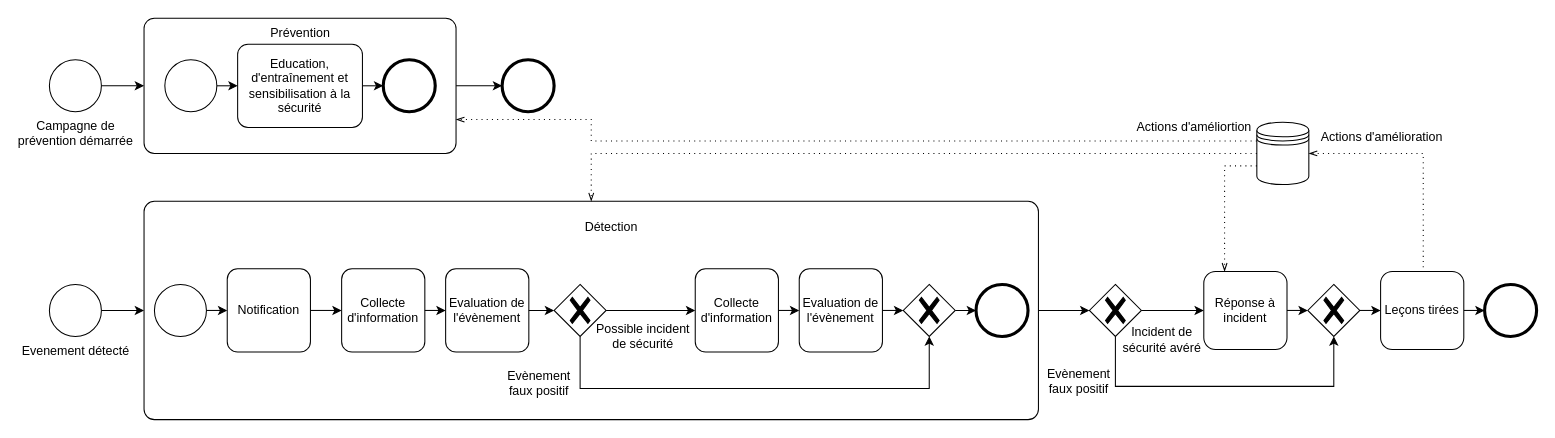
Earlier version of the draw.io diagram standards/ISO27035.drawio (netmme/cyber-diagramme-d-activites). Source tidied: cells renumbered, new cells numbered last; positions are measured from the earlier drawing's top-left corner, leaving out a move shared by most shapes. Both pictures are drawn from the tidied source at 104%, with x=0, y=0 at pixel (49, 18).
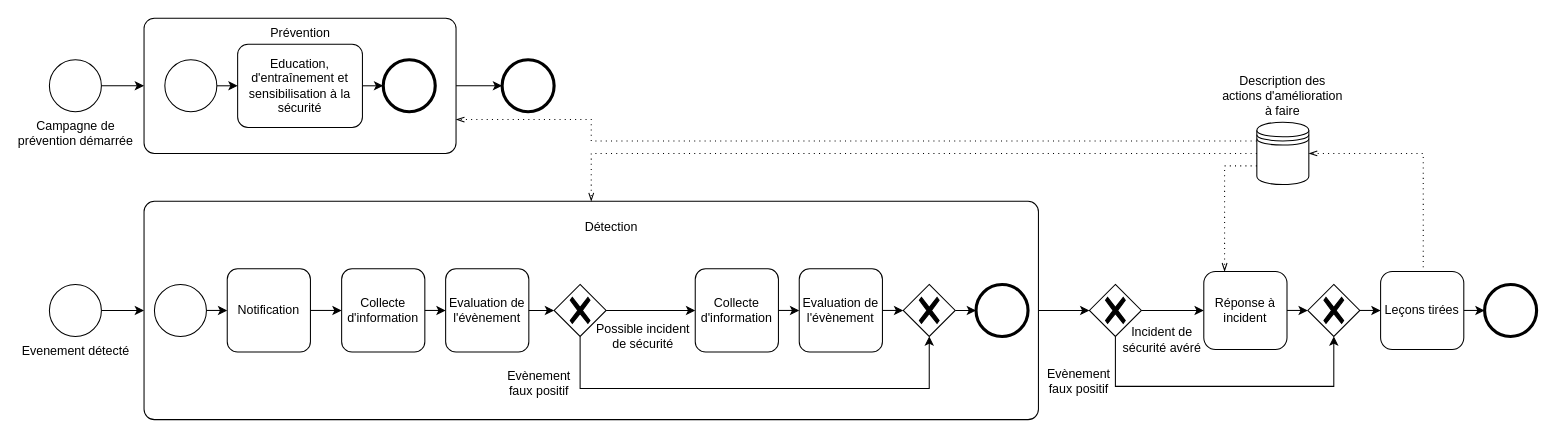
The same page after the edit.

What changed in the source:
```diff
@@
-    <mxCell id="57" value="Actions d'amélioration" style="text;html=1;strokeColor=none;fillColor=none;align=center;verticalAlign=middle;whiteSpace=wrap;rounded=0;" parent="1" vertex="1">
-      <mxGeometry x="1221" y="100" width="121" height="30" as="geometry" />
+    <mxCell id="57" value="Description des actions d'amélioration à faire" style="text;html=1;strokeColor=none;fillColor=none;align=center;verticalAlign=middle;whiteSpace=wrap;rounded=0;" parent="1" vertex="1">
+      <mxGeometry x="1123.2" y="50" width="125.5" height="50" as="geometry" />
     </mxCell>
-    <mxCell id="58" value="&lt;div&gt;Actions d'améliortion&lt;/div&gt;" style="text;html=1;strokeColor=none;fillColor=none;align=center;verticalAlign=middle;whiteSpace=wrap;rounded=0;" parent="1" vertex="1">
-      <mxGeometry x="1041" y="90" width="120" height="30" as="geometry" />
-    </mxCell>
```
